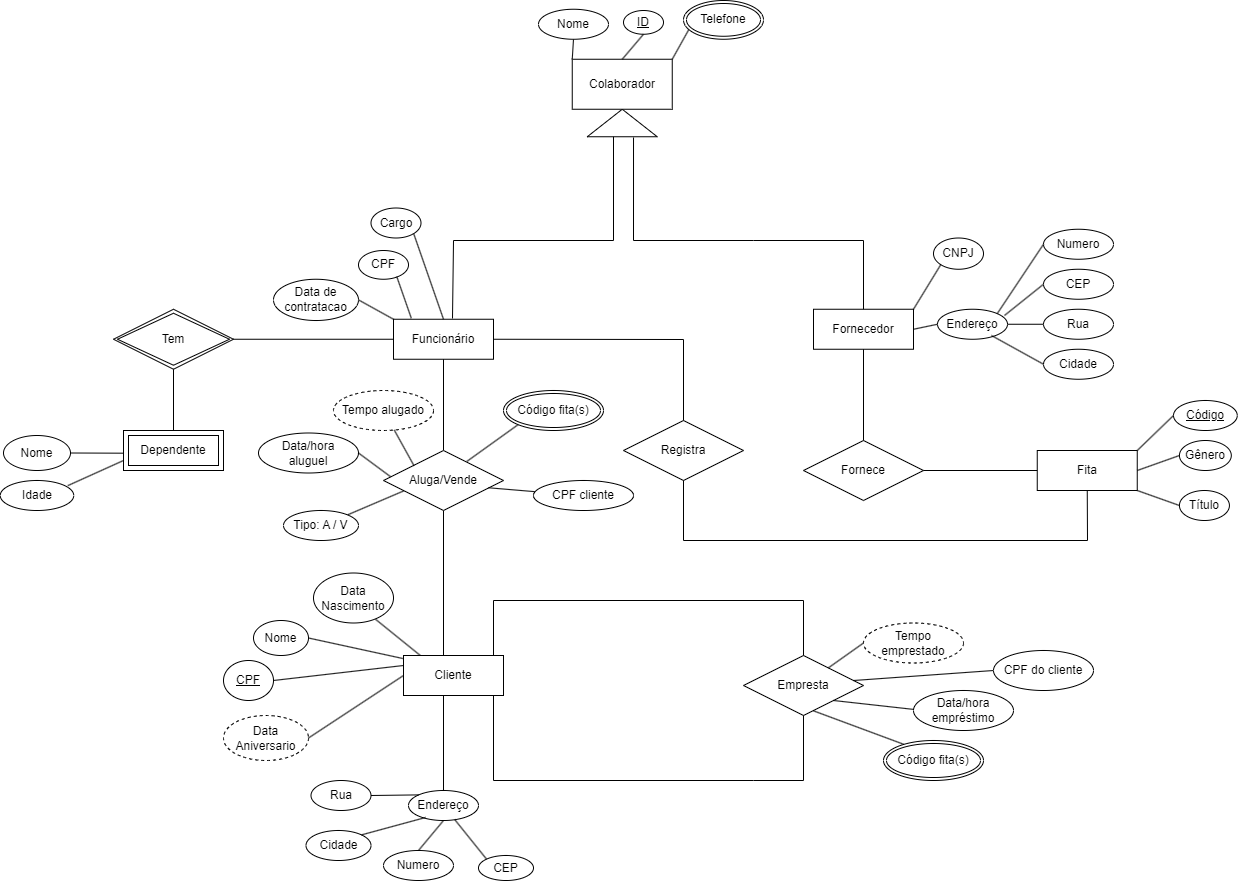
ivanalves-t/DataBaseMER keeps this draw.io diagram as Database Diagram.drawio.png. Above is the earlier version. Source tidied: cells renumbered, new cells last; positions are measured from the earlier drawing's top-left corner, leaving out a move shared by most shapes.
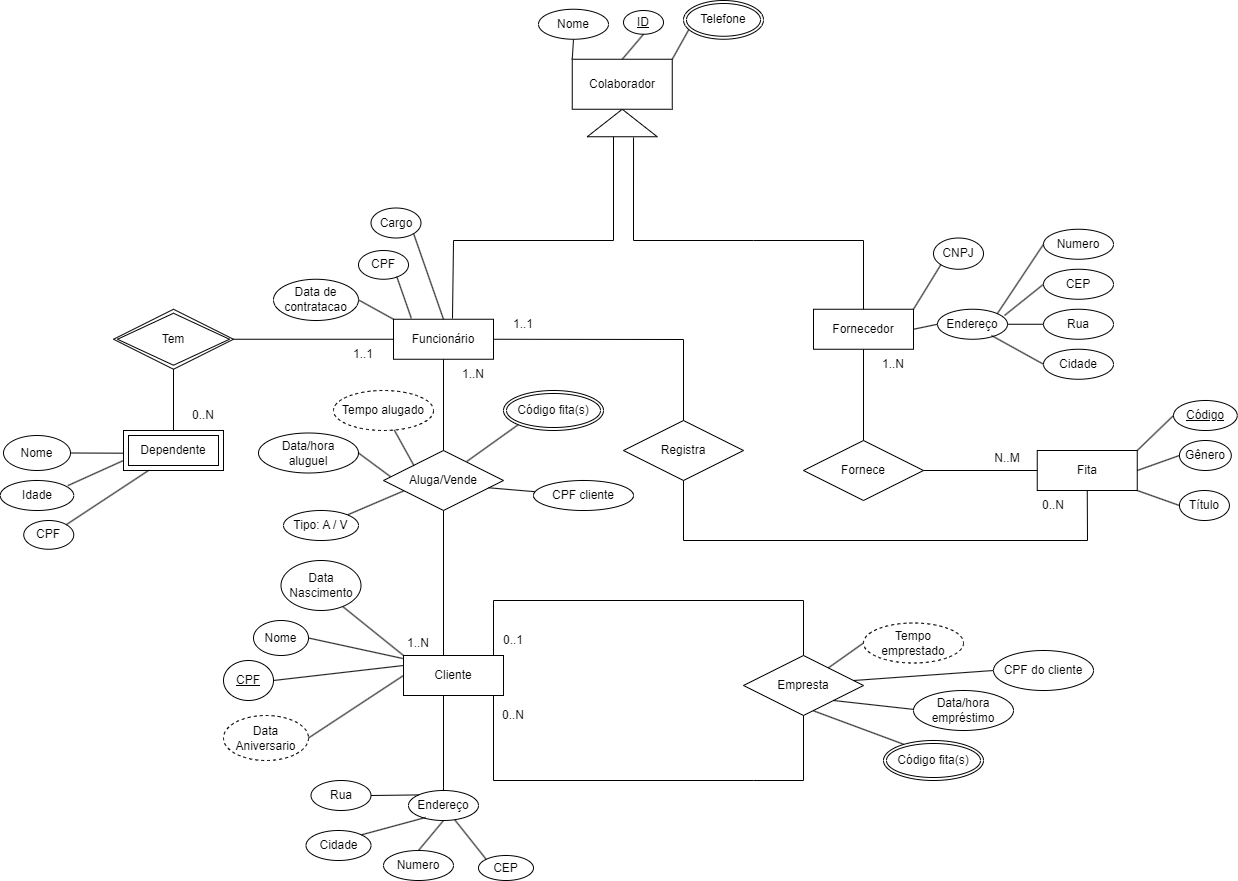
After the commit.

Commit message:
cARDINALIDADE01 - Leonardo

The edit, as a diff of the source:
```diff
@@ -214,9 +214,9 @@
       </mxGeometry>
     </mxCell>
     <mxCell id="62" value="Data&lt;div&gt;Nascimento&lt;/div&gt;" style="ellipse;whiteSpace=wrap;html=1;align=center;" parent="1" vertex="1">
-      <mxGeometry x="313" y="572.5" width="80" height="50" as="geometry" />
+      <mxGeometry x="280.5" y="560" width="80" height="50" as="geometry" />
     </mxCell>
-    <mxCell id="63" style="endArrow=none;html=1;rounded=0;exitX=0.775;exitY=0.925;exitDx=0;exitDy=0;entryX=0.23;entryY=0.125;entryDx=0;entryDy=0;entryPerimeter=0;exitPerimeter=0;" parent="1" edge="1" source="62" target="67">
+    <mxCell id="63" style="endArrow=none;html=1;rounded=0;exitX=0.775;exitY=0.925;exitDx=0;exitDy=0;entryX=0;entryY=0;entryDx=0;entryDy=0;exitPerimeter=0;" parent="1" edge="1" source="62" target="67">
       <mxGeometry relative="1" as="geometry" />
     </mxCell>
     <mxCell id="64" value="&lt;u&gt;CPF&lt;/u&gt;" style="ellipse;whiteSpace=wrap;html=1;align=center;rotation=0;" parent="1" vertex="1">
@@ -320,5 +320,41 @@
     <mxCell id="95" value="Tipo: A / V" style="ellipse;whiteSpace=wrap;html=1;align=center;" parent="1" vertex="1">
       <mxGeometry x="283" y="510" width="75" height="30" as="geometry" />
     </mxCell>
+    <mxCell id="96" value="CPF" style="ellipse;whiteSpace=wrap;html=1;align=center;" parent="1" vertex="1">
+      <mxGeometry x="23.2" y="520" width="50" height="28.8" as="geometry" />
+    </mxCell>
+    <mxCell id="97" style="endArrow=none;html=1;rounded=0;exitX=1;exitY=0;exitDx=0;exitDy=0;entryX=0.25;entryY=1;entryDx=0;entryDy=0;" parent="1" edge="1" source="96" target="71">
+      <mxGeometry relative="1" as="geometry" />
+    </mxCell>
+    <mxCell id="98" value="N..M" style="text;html=1;align=center;verticalAlign=middle;whiteSpace=wrap;rounded=0;" parent="1" vertex="1">
+      <mxGeometry x="976.8" y="442.5" width="60" height="30" as="geometry" />
+    </mxCell>
+    <mxCell id="99" value="1..N" style="text;html=1;align=center;verticalAlign=middle;whiteSpace=wrap;rounded=0;" parent="1" vertex="1">
+      <mxGeometry x="863" y="348.8" width="60" height="30" as="geometry" />
+    </mxCell>
+    <mxCell id="100" value="0..N" style="text;html=1;align=center;verticalAlign=middle;whiteSpace=wrap;rounded=0;" parent="1" vertex="1">
+      <mxGeometry x="1023" y="490" width="60" height="30" as="geometry" />
+    </mxCell>
+    <mxCell id="101" value="1..1" style="text;html=1;align=center;verticalAlign=middle;whiteSpace=wrap;rounded=0;" parent="1" vertex="1">
+      <mxGeometry x="493" y="308.8" width="60" height="30" as="geometry" />
+    </mxCell>
+    <mxCell id="102" value="0..N" style="text;html=1;align=center;verticalAlign=middle;whiteSpace=wrap;rounded=0;" parent="1" vertex="1">
+      <mxGeometry x="173" y="400" width="60" height="30" as="geometry" />
+    </mxCell>
+    <mxCell id="103" value="1..1" style="text;html=1;align=center;verticalAlign=middle;whiteSpace=wrap;rounded=0;" parent="1" vertex="1">
+      <mxGeometry x="333" y="338.8" width="60" height="30" as="geometry" />
+    </mxCell>
+    <mxCell id="104" value="1..N" style="text;html=1;align=center;verticalAlign=middle;whiteSpace=wrap;rounded=0;" parent="1" vertex="1">
+      <mxGeometry x="388" y="627.5" width="60" height="30" as="geometry" />
+    </mxCell>
+    <mxCell id="105" value="1..N" style="text;html=1;align=center;verticalAlign=middle;whiteSpace=wrap;rounded=0;" parent="1" vertex="1">
+      <mxGeometry x="443" y="358.8" width="60" height="30" as="geometry" />
+    </mxCell>
+    <mxCell id="106" value="0..N" style="text;html=1;align=center;verticalAlign=middle;whiteSpace=wrap;rounded=0;" parent="1" vertex="1">
+      <mxGeometry x="483" y="700" width="60" height="30" as="geometry" />
+    </mxCell>
+    <mxCell id="107" value="0..1" style="text;html=1;align=center;verticalAlign=middle;whiteSpace=wrap;rounded=0;" parent="1" vertex="1">
+      <mxGeometry x="483" y="625" width="60" height="30" as="geometry" />
+    </mxCell>
   </root>
 </mxGraphModel>
```
